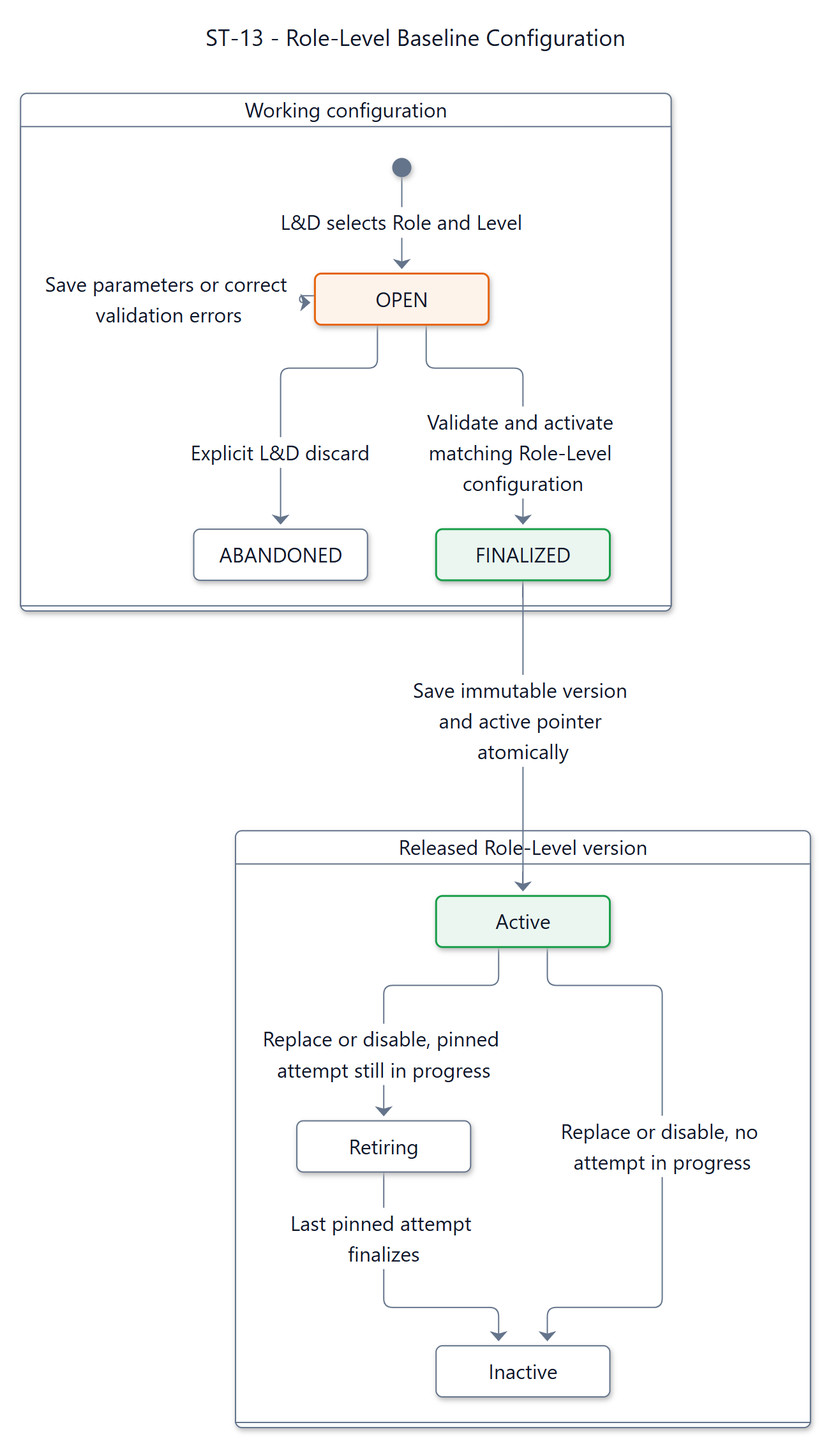
Above: documents/diagrams/mermaid/st-13.png in SEP490-Fall-2026-GFA26SE64/SEP490 (Mermaid), before the change. Its source is kept beside it as documents/diagrams/mermaid/st-13.mmd.
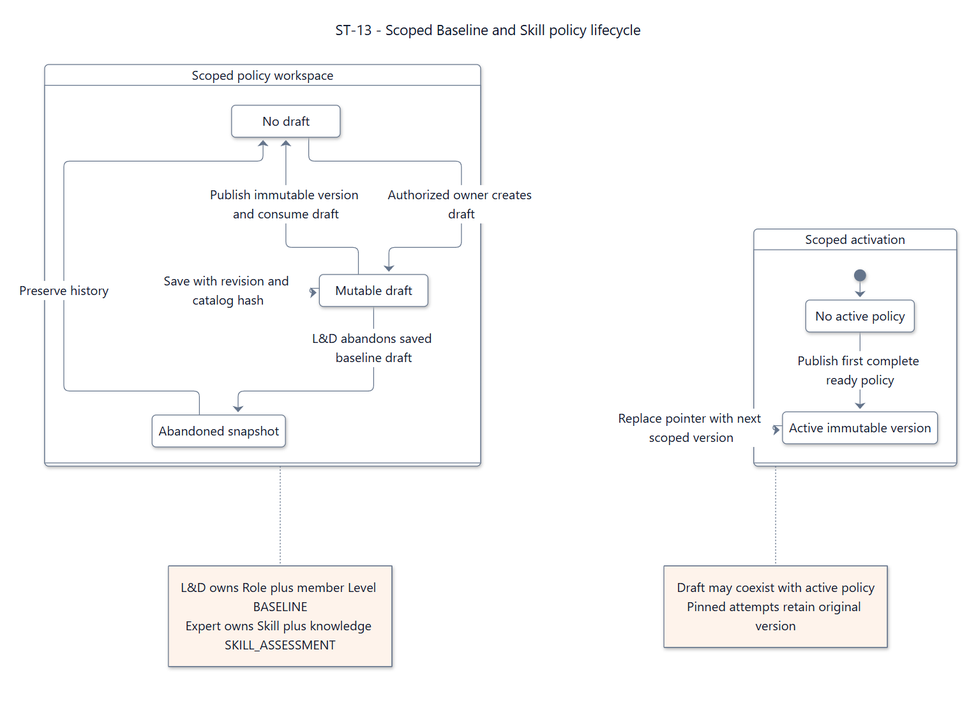
The same file after the commit.

The edit, as a diff of the source:
```diff
@@ -1,29 +1,32 @@
 ---
-title: "ST-13 - Role-Level Baseline Configuration"
+title: "ST-13 - Scoped Baseline and Skill policy lifecycle"
 config: {"theme":"base","fontFamily":"Segoe UI, Arial, sans-serif","themeVariables":{"fontFamily":"Segoe UI, Arial, sans-serif","fontSize":"16px","primaryColor":"#ffffff","primaryTextColor":"#0f1729","primaryBorderColor":"#64748b","secondaryColor":"#fef3eb","tertiaryColor":"#ffffff","lineColor":"#64748b","textColor":"#0f1729","mainBkg":"#ffffff","background":"#ffffff","clusterBkg":"#ffffff","clusterBorder":"#64748b","edgeLabelBackground":"#ffffff","titleColor":"#0f1729","noteBkgColor":"#fef3eb","noteTextColor":"#0f1729","noteBorderColor":"#e6650f","labelColor":"#0f1729","compositeBackground":"#ffffff","compositeTitleBackground":"#ffffff","compositeBorder":"#64748b","altBackground":"#ffffff","nodeBorder":"#64748b","nodeTextColor":"#0f1729","cScale0":"#ffffff","cScaleLabel0":"#0f1729","cScale1":"#ffffff","cScaleLabel1":"#0f1729","cScale2":"#ffffff","cScaleLabel2":"#0f1729","cScale3":"#ffffff","cScaleLabel3":"#0f1729","cScale4":"#ffffff","cScaleLabel4":"#0f1729","cScale5":"#ffffff","cScaleLabel5":"#0f1729","cScale6":"#ffffff","cScaleLabel6":"#0f1729","cScale7":"#ffffff","cScaleLabel7":"#0f1729","cScale8":"#ffffff","cScaleLabel8":"#0f1729","cScale9":"#ffffff","cScaleLabel9":"#0f1729","cScale10":"#ffffff","cScaleLabel10":"#0f1729","cScale11":"#ffffff","cScaleLabel11":"#0f1729","secondaryBorderColor":"#64748b","tertiaryBorderColor":"#64748b","secondaryTextColor":"#0f1729","tertiaryTextColor":"#0f1729"},"state":{"nodeSpacing":42,"rankSpacing":64,"padding":16,"fontSize":16,"wrappingWidth":250},"look":"neo"}
 ---
+
 stateDiagram-v2
   direction TB
-  state "Working configuration" as Draft {
-    state "OPEN" as open
-    state "FINALIZED" as finalized
-    state "ABANDONED" as abandoned
-    [*] --> open : L&D selects Role and Level
-    open --> open : Save parameters or correct validation errors
-    open --> finalized : Validate and activate matching Role-Level configuration
-    open --> abandoned : Explicit L&D discard
+  state "Scoped policy workspace" as Scope {
+    state "No draft" as none
+    state "Mutable draft" as draft
+    state "Abandoned snapshot" as abandoned
+    none --> draft : Authorized owner creates draft
+    draft --> draft : Save with revision and catalog hash
+    draft --> none : Publish immutable version and consume draft
+    draft --> abandoned : L&D abandons saved baseline draft
+    abandoned --> none : Preserve history
   }
-  state "Released Role-Level version" as Version {
-    state "Active" as active
-    state "Retiring" as retiring
-    state "Inactive" as inactive
-    active --> retiring : Replace or disable, pinned attempt still in progress
-    active --> inactive : Replace or disable, no attempt in progress
-    retiring --> inactive : Last pinned attempt finalizes
+  state "Scoped activation" as Active {
+    state "No active policy" as absent
+    state "Active immutable version" as active
+    [*] --> absent
+    absent --> active : Publish first complete ready policy
+    active --> active : Replace pointer with next scoped version
   }
-  finalized --> active : Save immutable version and active pointer atomically
-  classDef accepted fill:#eaf6ef,stroke:#1a9e4a,color:#0f1729,stroke-width:1.5px
-  classDef attention fill:#fdf2f2,stroke:#dc2828,color:#0f1729,stroke-width:1.5px
-  classDef working fill:#fef3eb,stroke:#e6650f,color:#0f1729,stroke-width:1.5px
-  class open working
-  class finalized,active accepted
+  note right of Scope
+    L&D owns Role plus member Level BASELINE
+    Expert owns Skill plus knowledge SKILL_ASSESSMENT
+  end note
+  note right of Active
+    Draft may coexist with active policy
+    Pinned attempts retain original version
+  end note
```
